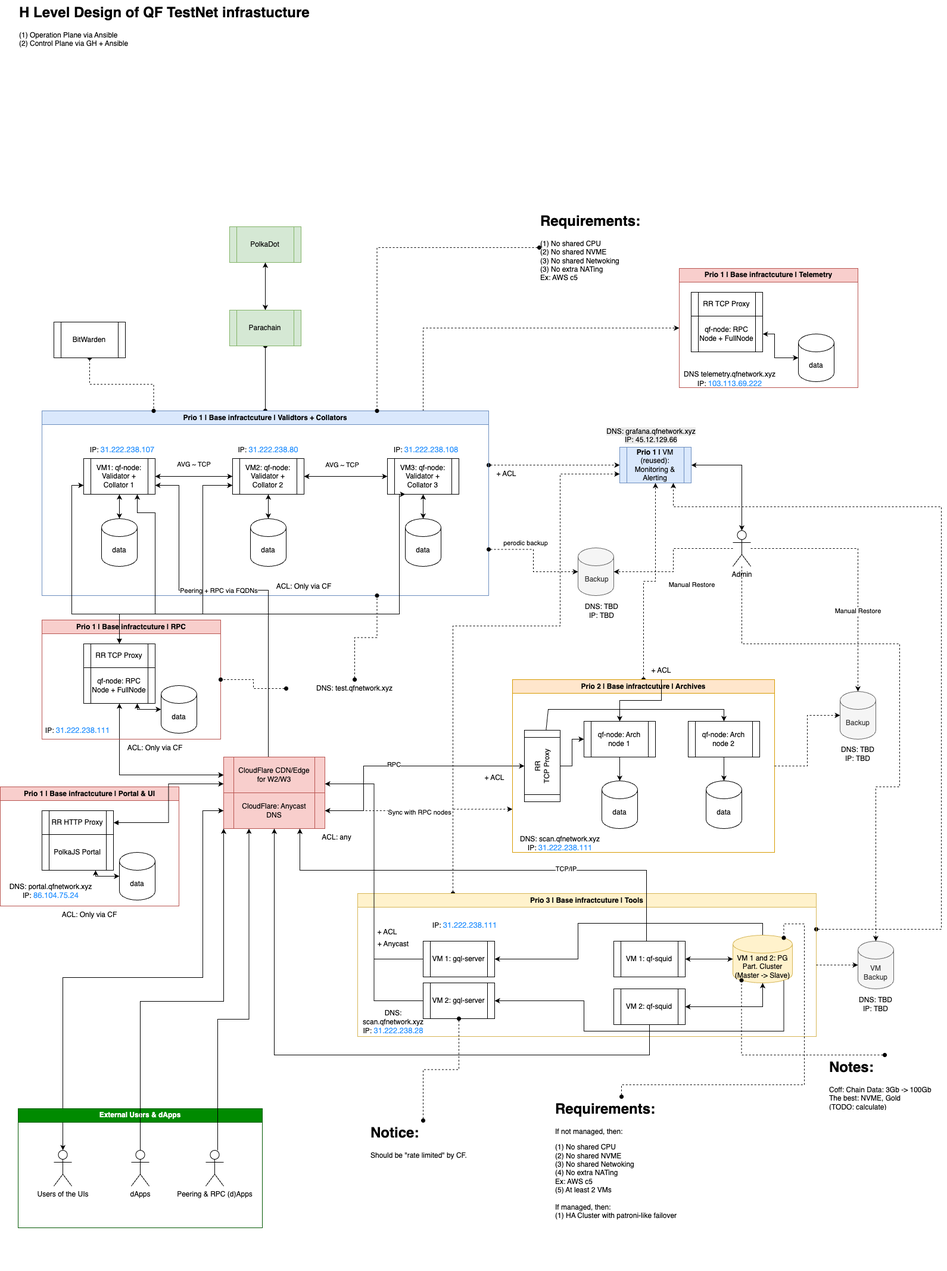
Earlier version of the draw.io export docs/TestNet_infra/TestNet.drawio.png (QuantumFusion-network/spec). Source tidied: cells renumbered, new cells last; positions are measured from the earlier drawing's top-left corner, leaving out a move shared by most shapes.
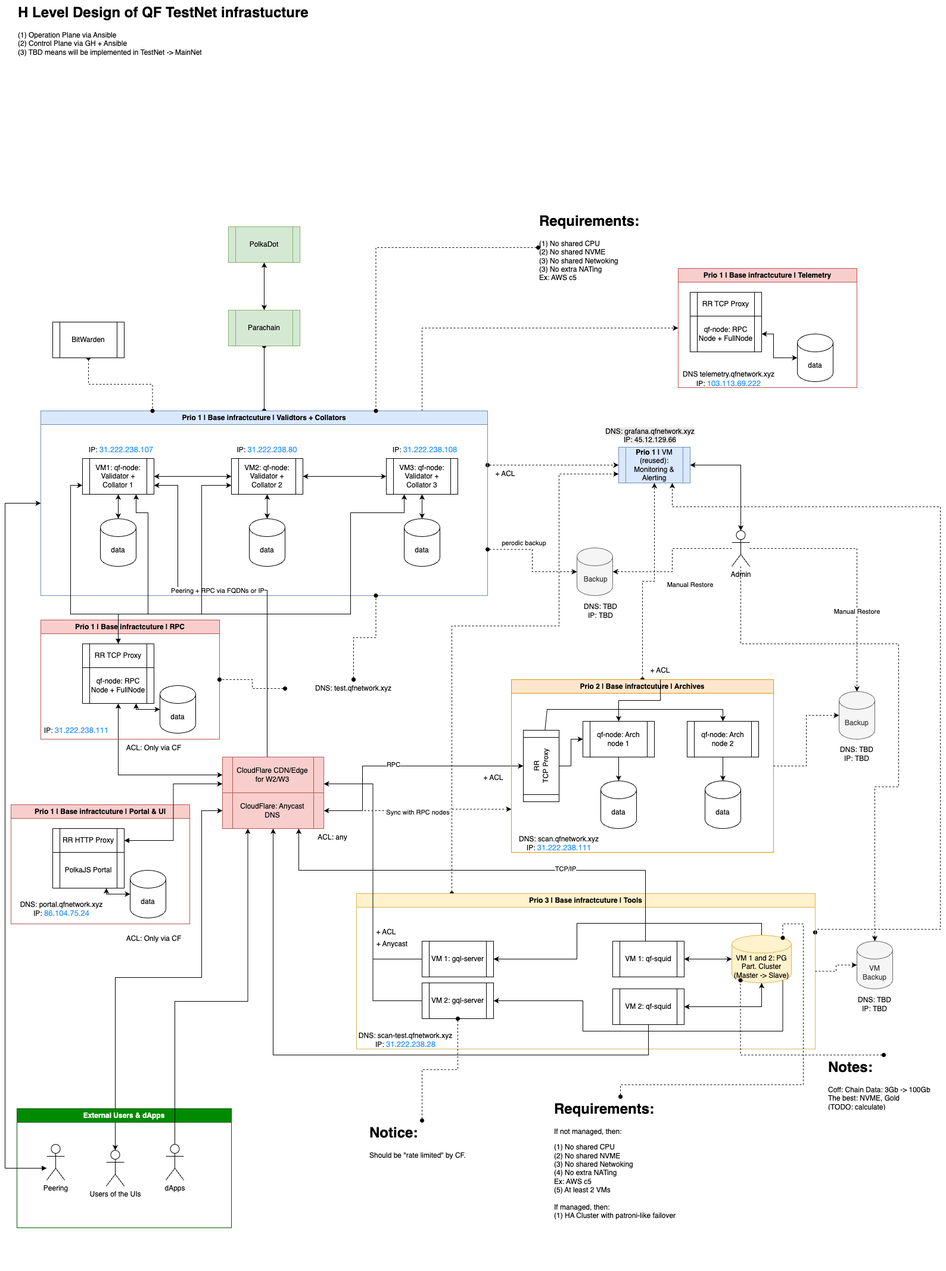
Later version of the same file.

Commit message:
Update diag. accoring to review

Diff of the diagram source:
```diff
@@ -23,7 +23,7 @@
     <mxCell id="5" value="Prio 1 | Base infractcuture | Validtors + Collators" style="swimlane;whiteSpace=wrap;html=1;fillColor=#dae8fc;strokeColor=#6c8ebf;" parent="1" vertex="1">
       <mxGeometry x="70" y="689" width="750" height="310" as="geometry" />
     </mxCell>
-    <mxCell id="6" value="AVG ~ TCP" style="edgeStyle=orthogonalEdgeStyle;rounded=0;jettySize=auto;html=1;entryX=0;entryY=0.5;entryDx=0;entryDy=0;startArrow=classic;startFill=1;" parent="5" edge="1" source="8" target="11">
+    <mxCell id="6" style="edgeStyle=orthogonalEdgeStyle;rounded=0;jettySize=auto;html=1;entryX=0;entryY=0.5;entryDx=0;entryDy=0;startArrow=classic;startFill=1;" parent="5" edge="1" source="8" target="11">
       <mxGeometry x="-0.01" y="20" relative="1" as="geometry" />
     </mxCell>
     <mxCell id="7" style="edgeStyle=orthogonalEdgeStyle;rounded=0;jettySize=auto;html=1;startArrow=classic;startFill=1;" parent="5" edge="1" source="8" target="13">
@@ -35,11 +35,6 @@
     <mxCell id="9" style="edgeStyle=orthogonalEdgeStyle;rounded=0;jettySize=auto;html=1;startArrow=classic;startFill=1;" parent="5" edge="1" source="11" target="12">
       <mxGeometry relative="1" as="geometry" />
     </mxCell>
-    <mxCell id="10" value="AVG ~ TCP" style="edgeLabel;html=1;align=center;verticalAlign=middle;" parent="9" vertex="1">
-      <mxGeometry x="-0.39" y="1" relative="1" as="geometry">
-        <mxPoint x="20" y="-19" as="offset" />
-      </mxGeometry>
-    </mxCell>
     <mxCell id="11" value="VM2: qf-node:&lt;br&gt;Validator + Collator&amp;nbsp;2" style="shape=process;whiteSpace=wrap;html=1;backgroundOutline=1;" parent="5" vertex="1">
       <mxGeometry x="320" y="80" width="120" height="60" as="geometry" />
     </mxCell>
@@ -70,9 +65,6 @@
     <mxCell id="20" value="IP:&amp;nbsp;&lt;span style=&quot;color: rgb(40, 146, 255); font-family: &amp;quot;Helvetica Neue&amp;quot;; font-size: 13px; text-align: start; background-color: transparent;&quot;&gt;31.222.238.108&lt;/span&gt;" style="text;html=1;align=center;verticalAlign=middle;whiteSpace=wrap;rounded=0;rotation=0;" parent="5" vertex="1">
       <mxGeometry x="590" y="50" width="110" height="30" as="geometry" />
     </mxCell>
-    <mxCell id="21" value="ACL: Only via CF" style="text;html=1;align=center;verticalAlign=middle;whiteSpace=wrap;rounded=0;" parent="5" vertex="1">
-      <mxGeometry x="390" y="280" width="100" height="30" as="geometry" />
-    </mxCell>
     <mxCell id="22" style="edgeStyle=orthogonalEdgeStyle;rounded=0;jettySize=auto;html=1;startArrow=classic;startFill=1;" parent="1" edge="1" source="25" target="30">
       <mxGeometry relative="1" as="geometry" />
     </mxCell>
@@ -85,7 +77,7 @@
         </Array>
       </mxGeometry>
     </mxCell>
-    <mxCell id="24" value="Peering + RPC via FQDNs" style="edgeLabel;html=1;align=center;verticalAlign=middle;" parent="23" vertex="1">
+    <mxCell id="24" value="Peering + RPC via FQDNs or IP" style="edgeLabel;html=1;align=center;verticalAlign=middle;" parent="23" vertex="1">
       <mxGeometry x="0.12" relative="1" as="geometry">
         <mxPoint x="-1" as="offset" />
       </mxGeometry>
@@ -251,7 +243,7 @@
       </mxGeometry>
     </mxCell>
     <mxCell id="66" value="Prio 3 | Base infractcuture | Tools" style="swimlane;whiteSpace=wrap;html=1;fillColor=#fff2cc;strokeColor=#d6b656;" parent="1" vertex="1">
-      <mxGeometry x="600" y="1499" width="770" height="240" as="geometry" />
+      <mxGeometry x="600" y="1499" width="770" height="261" as="geometry" />
     </mxCell>
     <mxCell id="67" style="edgeStyle=orthogonalEdgeStyle;rounded=0;jettySize=auto;html=1;exitX=0.5;exitY=0;exitDx=0;exitDy=0;exitPerimeter=0;" parent="66" edge="1" source="69" target="74">
       <mxGeometry relative="1" as="geometry">
@@ -298,12 +290,9 @@
     <mxCell id="77" value="+ ACL" style="text;html=1;align=center;verticalAlign=middle;whiteSpace=wrap;rounded=0;" parent="66" vertex="1">
       <mxGeometry x="20" y="50" width="60" height="30" as="geometry" />
     </mxCell>
-    <mxCell id="78" value="DNS: scan.qfnetwork.xyz&lt;br&gt;IP:&amp;nbsp;&lt;span style=&quot;color: rgb(40, 146, 255); font-family: &amp;quot;Helvetica Neue&amp;quot;; font-size: 13px; text-align: start; background-color: transparent;&quot;&gt;31.222.238.28&lt;/span&gt;" style="text;html=1;align=center;verticalAlign=middle;whiteSpace=wrap;rounded=0;rotation=0;" parent="66" vertex="1">
-      <mxGeometry x="5" y="201" width="110" height="30" as="geometry" />
+    <mxCell id="78" value="DNS: scan-test.qfnetwork.xyz&lt;br&gt;IP:&amp;nbsp;&lt;span style=&quot;color: rgb(40, 146, 255); font-family: &amp;quot;Helvetica Neue&amp;quot;; font-size: 13px; text-align: start; background-color: transparent;&quot;&gt;31.222.238.28&lt;/span&gt;" style="text;html=1;align=center;verticalAlign=middle;whiteSpace=wrap;rounded=0;rotation=0;" parent="66" vertex="1">
+      <mxGeometry y="231" width="165" height="30" as="geometry" />
     </mxCell>
-    <mxCell id="79" value="&lt;br&gt;IP:&amp;nbsp;&lt;span style=&quot;color: rgb(40, 146, 255); font-family: &amp;quot;Helvetica Neue&amp;quot;; font-size: 13px; text-align: start; background-color: transparent;&quot;&gt;31.222.238.111&lt;br&gt;&lt;/span&gt;" style="text;html=1;align=center;verticalAlign=middle;whiteSpace=wrap;rounded=0;rotation=0;" parent="66" vertex="1">
-      <mxGeometry x="100" y="31" width="160" height="30" as="geometry" />
-    </mxCell>
     <mxCell id="80" style="edgeStyle=orthogonalEdgeStyle;rounded=0;jettySize=auto;html=1;entryX=0.75;entryY=1;entryDx=0;entryDy=0;exitX=0.5;exitY=0;exitDx=0;exitDy=0;" parent="1" edge="1" source="68" target="28">
       <mxGeometry relative="1" as="geometry">
         <Array as="points">
@@ -379,8 +368,8 @@
       <mxGeometry relative="1" as="geometry">
         <Array as="points">
           <mxPoint x="200" y="1030" />
-          <mxPoint x="260" y="1030" />
-          <mxPoint x="260" y="860" />
+          <mxPoint x="250" y="1030" />
+          <mxPoint x="250" y="860" />
           <mxPoint x="230" y="860" />
         </Array>
       </mxGeometry>
@@ -389,8 +378,9 @@
       <mxGeometry relative="1" as="geometry">
         <Array as="points">
           <mxPoint x="200" y="1030" />
-          <mxPoint x="670" y="1030" />
-          <mxPoint x="670" y="829" />
+          <mxPoint x="590" y="1030" />
+          <mxPoint x="590" y="860" />
+          <mxPoint x="680" y="860" />
         </Array>
       </mxGeometry>
     </mxCell>
@@ -407,7 +397,7 @@
         </Array>
       </mxGeometry>
     </mxCell>
-    <mxCell id="98" value="&lt;h1 style=&quot;margin-top: 0px;&quot;&gt;H Level Design of QF TestNet infrastucture&amp;nbsp;&lt;/h1&gt;&lt;p&gt;(1) Operation Plane via Ansible&lt;br&gt;(2) Control Plane via GH + Ansible&lt;/p&gt;" style="text;html=1;whiteSpace=wrap;overflow=hidden;rounded=0;" parent="1" vertex="1">
+    <mxCell id="98" value="&lt;h1 style=&quot;margin-top: 0px;&quot;&gt;H Level Design of QF TestNet infrastucture&amp;nbsp;&lt;/h1&gt;&lt;p&gt;(1) Operation Plane via Ansible&lt;br&gt;(2) Control Plane via GH + Ansible&lt;br&gt;(3) TBD means will be implemented in TestNet -&amp;gt; MainNet&lt;/p&gt;" style="text;html=1;whiteSpace=wrap;overflow=hidden;rounded=0;" parent="1" vertex="1">
       <mxGeometry x="30" width="810" height="150" as="geometry" />
     </mxCell>
     <mxCell id="99" value="&lt;h1 style=&quot;margin-top: 0px;&quot;&gt;Requirements:&lt;/h1&gt;&lt;p&gt;If not managed, then:&lt;/p&gt;&lt;p&gt;(1) No shared CPU&lt;br&gt;(2) No shared NVME&lt;br&gt;(3) No shared Netwoking&lt;br&gt;(4) No extra NATing&lt;br&gt;Ex: AWS c5&lt;br&gt;(5) At least 2 VMs&lt;br&gt;&lt;br&gt;If managed, then:&lt;br&gt;(1) HA Cluster with patroni-like failover&amp;nbsp;&lt;/p&gt;" style="text;html=1;whiteSpace=wrap;overflow=hidden;rounded=0;" parent="1" vertex="1">
@@ -453,7 +443,7 @@
       <mxGeometry x="1080" y="1110" width="60" height="30" as="geometry" />
     </mxCell>
     <mxCell id="109" value="Prio 1 |&amp;nbsp;Base infractcuture | Portal &amp;amp; UI" style="swimlane;whiteSpace=wrap;html=1;fillColor=#f8cecc;strokeColor=#b85450;" parent="1" vertex="1">
-      <mxGeometry y="1320" width="300" height="200" as="geometry" />
+      <mxGeometry x="20" y="1350" width="300" height="200" as="geometry" />
     </mxCell>
     <mxCell id="110" value="PolkaJS Portal" style="shape=process;whiteSpace=wrap;html=1;backgroundOutline=1;" parent="109" vertex="1">
       <mxGeometry x="70" y="80" width="120" height="60" as="geometry" />
@@ -497,7 +487,7 @@
       <mxGeometry y="170" width="170" height="30" as="geometry" />
     </mxCell>
     <mxCell id="121" value="ACL: Only via CF" style="text;html=1;align=center;verticalAlign=middle;whiteSpace=wrap;rounded=0;" parent="1" vertex="1">
-      <mxGeometry x="90" y="1520" width="120" height="30" as="geometry" />
+      <mxGeometry x="200" y="1560" width="120" height="30" as="geometry" />
     </mxCell>
     <mxCell id="122" style="edgeStyle=orthogonalEdgeStyle;rounded=0;jettySize=auto;html=1;entryX=0;entryY=0.75;entryDx=0;entryDy=0;startArrow=block;startFill=1;" parent="1" edge="1" source="111" target="25">
       <mxGeometry relative="1" as="geometry" />
@@ -524,35 +514,35 @@
       <mxGeometry x="997.5" y="710" width="190" height="50" as="geometry" />
     </mxCell>
     <mxCell id="130" value="ACL: any" style="text;html=1;align=center;verticalAlign=middle;whiteSpace=wrap;rounded=0;" parent="1" vertex="1">
-      <mxGeometry x="505" y="1390" width="120" height="30" as="geometry" />
+      <mxGeometry x="500" y="1390" width="120" height="30" as="geometry" />
     </mxCell>
     <mxCell id="131" value="External Users &amp;amp; dApps" style="swimlane;whiteSpace=wrap;html=1;fillColor=#008a00;fontColor=#ffffff;strokeColor=#005700;" parent="1" vertex="1">
-      <mxGeometry x="30" y="1860" width="410" height="200" as="geometry" />
+      <mxGeometry x="30" y="1860" width="360" height="200" as="geometry" />
     </mxCell>
     <mxCell id="132" value="Users of the UIs" style="shape=umlActor;verticalLabelPosition=bottom;verticalAlign=top;html=1;outlineConnect=0;" parent="131" vertex="1">
-      <mxGeometry x="60" y="70" width="30" height="60" as="geometry" />
+      <mxGeometry x="150" y="70" width="30" height="60" as="geometry" />
     </mxCell>
     <mxCell id="133" value="dApps" style="shape=umlActor;verticalLabelPosition=bottom;verticalAlign=top;html=1;outlineConnect=0;" parent="131" vertex="1">
-      <mxGeometry x="190" y="70" width="30" height="60" as="geometry" />
+      <mxGeometry x="250" y="60" width="30" height="60" as="geometry" />
     </mxCell>
-    <mxCell id="134" value="Peering &amp;amp; RPC (d)Apps" style="shape=umlActor;verticalLabelPosition=bottom;verticalAlign=top;html=1;outlineConnect=0;" parent="131" vertex="1">
-      <mxGeometry x="315" y="70" width="30" height="60" as="geometry" />
+    <mxCell id="134" value="Peering" style="shape=umlActor;verticalLabelPosition=bottom;verticalAlign=top;html=1;outlineConnect=0;" parent="131" vertex="1">
+      <mxGeometry x="50" y="60" width="30" height="60" as="geometry" />
     </mxCell>
-    <mxCell id="135" style="edgeStyle=orthogonalEdgeStyle;rounded=0;jettySize=auto;html=1;entryX=0.25;entryY=1;entryDx=0;entryDy=0;" parent="1" edge="1" source="134" target="28">
-      <mxGeometry relative="1" as="geometry">
-        <Array as="points">
-          <mxPoint x="365" y="1710" />
-          <mxPoint x="418" y="1710" />
-        </Array>
-      </mxGeometry>
-    </mxCell>
-    <mxCell id="136" style="edgeStyle=orthogonalEdgeStyle;rounded=0;jettySize=auto;html=1;entryX=0;entryY=1;entryDx=0;entryDy=0;" parent="1" edge="1" source="133" target="28">
+    <mxCell id="136" style="edgeStyle=orthogonalEdgeStyle;rounded=0;jettySize=auto;html=1;entryX=0.25;entryY=1;entryDx=0;entryDy=0;" parent="1" edge="1" source="133" target="28">
       <mxGeometry relative="1" as="geometry">
         <Array as="points">
-          <mxPoint x="235" y="1680" />
-          <mxPoint x="375" y="1680" />
+          <mxPoint x="295" y="1680" />
+          <mxPoint x="418" y="1680" />
         </Array>
       </mxGeometry>
     </mxCell>
+    <mxCell id="137" style="edgeStyle=orthogonalEdgeStyle;rounded=0;jettySize=auto;html=1;entryX=0;entryY=0.5;entryDx=0;entryDy=0;startArrow=block;startFill=1;" parent="1" edge="1" source="134" target="5">
+      <mxGeometry relative="1" as="geometry">
+        <Array as="points">
+          <mxPoint x="10" y="1960" />
+          <mxPoint x="10" y="844" />
+        </Array>
+      </mxGeometry>
+    </mxCell>
   </root>
 </mxGraphModel>
```
